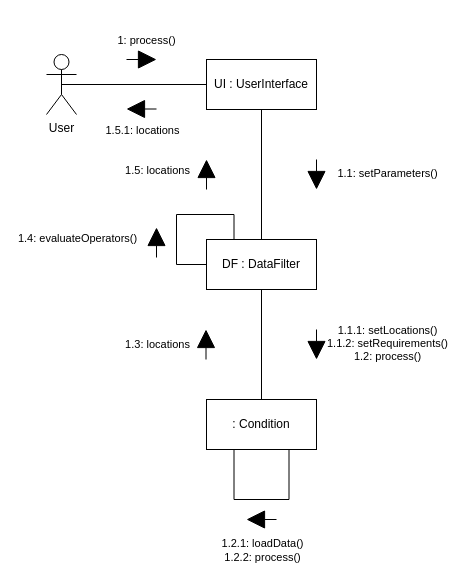
Earlier version of the draw.io diagram UML/DrawIO/CommunicationDiagram.drawio (ALEEF02/PrecisionLocationProcessor). Source tidied: cells renumbered, new cells numbered last; positions are measured from the earlier drawing's top-left corner, leaving out a move shared by most shapes. Both pictures are drawn from the tidied source at 100%, with x=0, y=0 at pixel (46, 54).
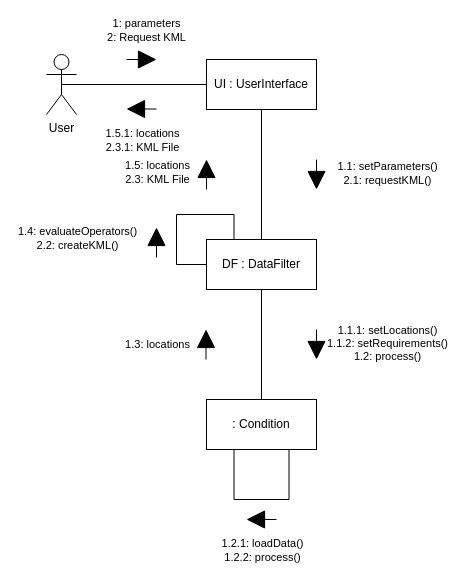
The same diagram, later.

Commit message:
Add KML handling

Unchanged cells that the change refers to:
```xml
<mxCell id="9" style="edgeStyle=none;orthogonalLoop=1;jettySize=auto;html=1;rounded=0;endArrow=block;endFill=1;endSize=16;" parent="1" edge="1">
  <mxGeometry relative="1" as="geometry">
    <mxPoint x="270" y="105" as="sourcePoint" />
    <mxPoint x="270" y="135" as="targetPoint" />
  </mxGeometry>
</mxCell>
<mxCell id="11" style="edgeStyle=none;orthogonalLoop=1;jettySize=auto;html=1;rounded=0;endArrow=block;endFill=1;endSize=16;" parent="1" edge="1">
  <mxGeometry relative="1" as="geometry">
    <mxPoint x="80" y="5" as="sourcePoint" />
    <mxPoint x="110" y="5" as="targetPoint" />
  </mxGeometry>
</mxCell>
<mxCell id="21" style="edgeStyle=none;orthogonalLoop=1;jettySize=auto;html=1;rounded=0;endArrow=block;endFill=1;endSize=16;" parent="1" edge="1">
  <mxGeometry relative="1" as="geometry">
    <mxPoint x="110" y="203" as="sourcePoint" />
    <mxPoint x="110" y="173" as="targetPoint" />
  </mxGeometry>
</mxCell>
<mxCell id="23" style="edgeStyle=none;orthogonalLoop=1;jettySize=auto;html=1;rounded=0;endArrow=block;endFill=1;endSize=16;" parent="1" edge="1">
  <mxGeometry relative="1" as="geometry">
    <mxPoint x="160" y="135" as="sourcePoint" />
    <mxPoint x="160" y="105" as="targetPoint" />
  </mxGeometry>
</mxCell>
<mxCell id="25" style="edgeStyle=none;orthogonalLoop=1;jettySize=auto;html=1;rounded=0;endArrow=block;endFill=1;endSize=16;" parent="1" edge="1">
  <mxGeometry relative="1" as="geometry">
    <mxPoint x="110" y="54.5" as="sourcePoint" />
    <mxPoint x="80" y="54.5" as="targetPoint" />
  </mxGeometry>
</mxCell>
```

What changed in the source:
```diff
@@
-    <mxCell id="10" value="1.1: setParameters()" style="edgeLabel;html=1;align=center;verticalAlign=middle;" parent="9" vertex="1">
+    <mxCell id="10" value="1.1: setParameters()&lt;br&gt;2.1: requestKML()" style="edgeLabel;html=1;align=center;verticalAlign=middle;" parent="9" vertex="1">
       <mxGeometry x="-0.15" y="-5" relative="1" as="geometry">
         <mxPoint x="75" as="offset" />
       </mxGeometry>
     </mxCell>
@@
-    <mxCell id="12" value="1: process()" style="edgeLabel;html=1;align=center;verticalAlign=middle;" parent="11" vertex="1">
+    <mxCell id="12" value="1: parameters&lt;br&gt;2: Request KML" style="edgeLabel;html=1;align=center;verticalAlign=middle;" parent="11" vertex="1">
       <mxGeometry x="0.25" y="3" relative="1" as="geometry">
-        <mxPoint y="-17" as="offset" />
+        <mxPoint y="-27" as="offset" />
       </mxGeometry>
     </mxCell>
@@
-    <mxCell id="22" value="1.4: evaluateOperators()" style="edgeLabel;html=1;align=center;verticalAlign=middle;" parent="21" vertex="1">
+    <mxCell id="22" value="1.4: evaluateOperators()&lt;br&gt;2.2: createKML()" style="edgeLabel;html=1;align=center;verticalAlign=middle;" parent="21" vertex="1">
       <mxGeometry x="-0.15" y="-5" relative="1" as="geometry">
         <mxPoint x="-85" y="-7" as="offset" />
       </mxGeometry>
     </mxCell>
@@
-    <mxCell id="24" value="1.5: locations" style="edgeLabel;html=1;align=center;verticalAlign=middle;" parent="23" vertex="1">
+    <mxCell id="24" value="1.5: locations&lt;br&gt;2.3: KML File" style="edgeLabel;html=1;align=center;verticalAlign=middle;" parent="23" vertex="1">
       <mxGeometry x="-0.15" y="-5" relative="1" as="geometry">
-        <mxPoint x="-55" y="-7" as="offset" />
+        <mxPoint x="-55" y="-5" as="offset" />
       </mxGeometry>
     </mxCell>
@@
-    <mxCell id="26" value="1.5.1: locations" style="edgeLabel;html=1;align=center;verticalAlign=middle;" parent="25" vertex="1">
+    <mxCell id="26" value="1.5.1: locations&lt;br&gt;2.3.1: KML File" style="edgeLabel;html=1;align=center;verticalAlign=middle;" parent="25" vertex="1">
       <mxGeometry x="0.25" y="3" relative="1" as="geometry">
-        <mxPoint x="4" y="18" as="offset" />
+        <mxPoint x="4" y="28" as="offset" />
       </mxGeometry>
     </mxCell>
```
